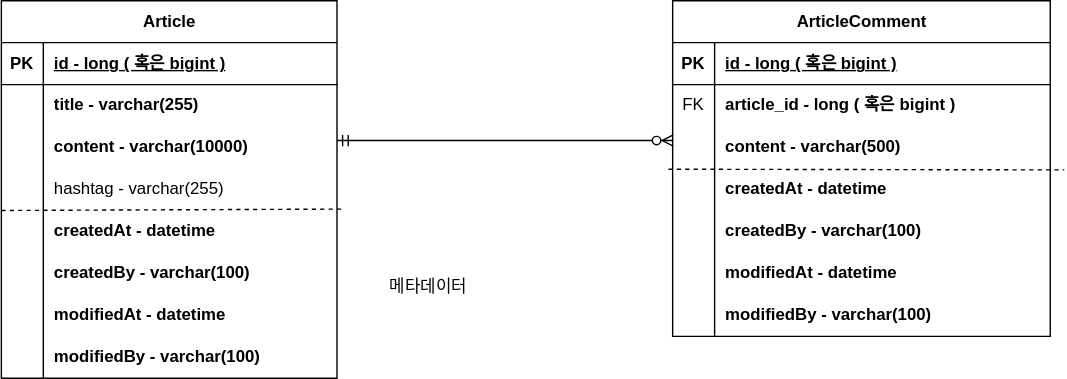
This is document/project-board-erd.svg from choboss00/project-board, a draw.io export, as it was before one commit. Source tidied: cells renumbered, new cells last; positions are measured from the earlier drawing's top-left corner, leaving out a move shared by most shapes.
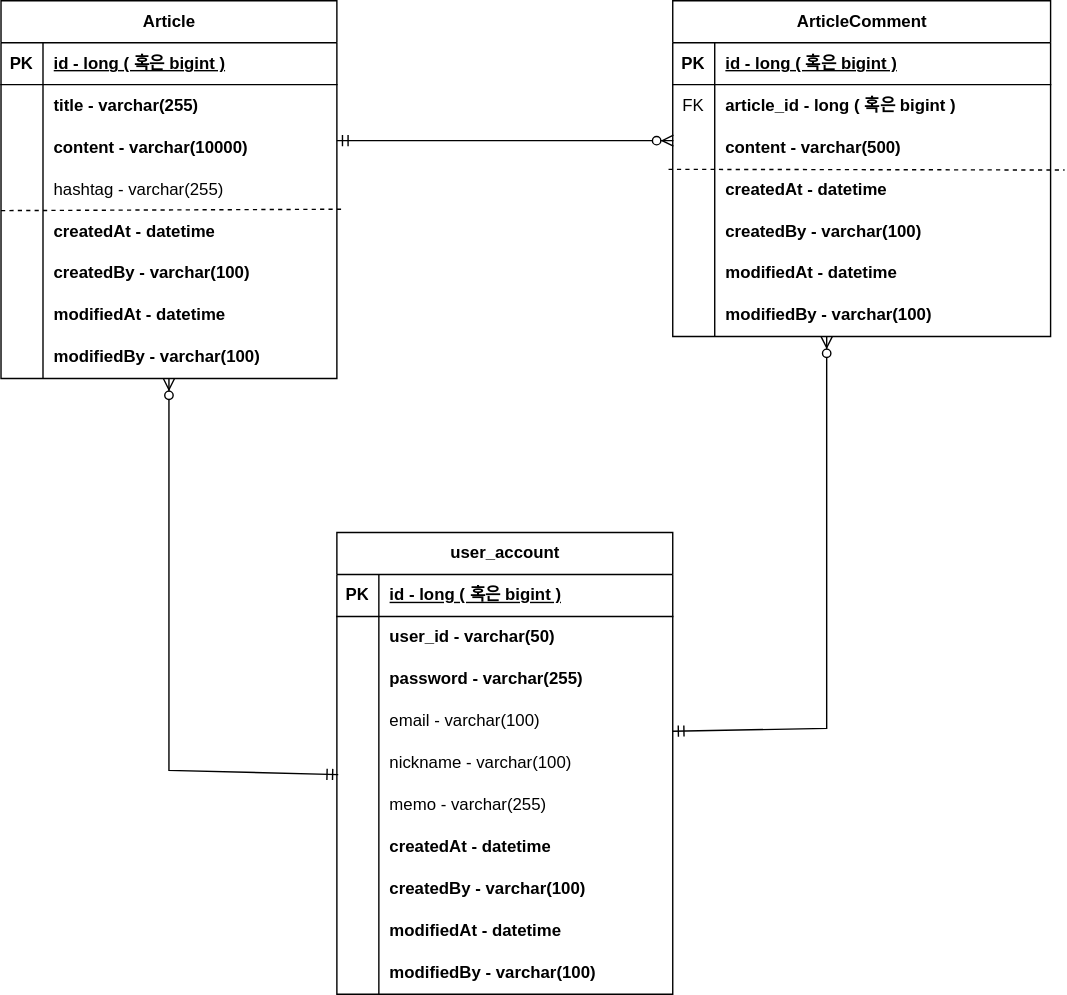
Above is the later version.

Commit message:
#19 - ERD 업데이트

The edit, as a diff of the source:
```diff
@@ -82,9 +82,6 @@
         <mxPoint y="150" as="sourcePoint" />
       </mxGeometry>
     </mxCell>
-    <mxCell id="28" value="메타데이터" style="text;html=1;align=center;verticalAlign=middle;strokeColor=none;fillColor=none;" parent="1" vertex="1">
-      <mxGeometry x="265" y="190" width="80" height="30" as="geometry" />
-    </mxCell>
     <mxCell id="29" value="ArticleComment" style="shape=table;startSize=30;rowLines=0;fontStyle=1;align=center;html=1;" parent="1" vertex="1">
       <mxGeometry x="480" width="270" height="240" as="geometry" />
     </mxCell>
@@ -163,5 +160,113 @@
         <mxPoint x="480.5" y="100" as="targetPoint" />
       </mxGeometry>
     </mxCell>
+    <mxCell id="53" value="user_account" style="shape=table;startSize=30;rowLines=0;fontStyle=1;align=center;html=1;" parent="1" vertex="1">
+      <mxGeometry x="240" y="380" width="240" height="330" as="geometry" />
+    </mxCell>
+    <mxCell id="54" style="shape=tableRow;horizontal=0;startSize=0;swimlaneHead=0;swimlaneBody=0;fillColor=none;top=0;left=0;right=0;bottom=1;" parent="53" vertex="1">
+      <mxGeometry y="30" width="240" height="30" as="geometry" />
+    </mxCell>
+    <mxCell id="55" value="PK" style="shape=partialRectangle;fillColor=none;top=0;left=0;bottom=0;right=0;fontStyle=1;overflow=hidden;whiteSpace=wrap;html=1;" parent="54" vertex="1">
+      <mxGeometry width="30" height="30" as="geometry" />
+    </mxCell>
+    <mxCell id="56" value="id - long ( 혹은 bigint )" style="shape=partialRectangle;fillColor=none;top=0;left=0;bottom=0;right=0;align=left;spacingLeft=6;fontStyle=5;overflow=hidden;whiteSpace=wrap;html=1;" parent="54" vertex="1">
+      <mxGeometry x="30" width="210" height="30" as="geometry" />
+    </mxCell>
+    <mxCell id="57" style="shape=tableRow;horizontal=0;startSize=0;swimlaneHead=0;swimlaneBody=0;fillColor=none;top=0;left=0;right=0;bottom=0;" parent="53" vertex="1">
+      <mxGeometry y="60" width="240" height="30" as="geometry" />
+    </mxCell>
+    <mxCell id="58" style="shape=partialRectangle;fillColor=none;top=0;left=0;bottom=0;right=0;overflow=hidden;whiteSpace=wrap;html=1;" parent="57" vertex="1">
+      <mxGeometry width="30" height="30" as="geometry" />
+    </mxCell>
+    <mxCell id="59" value="user_id - varchar(50)" style="shape=partialRectangle;fillColor=none;top=0;left=0;bottom=0;right=0;align=left;spacingLeft=6;overflow=hidden;whiteSpace=wrap;html=1;fontStyle=1;" parent="57" vertex="1">
+      <mxGeometry x="30" width="210" height="30" as="geometry" />
+    </mxCell>
+    <mxCell id="60" style="shape=tableRow;horizontal=0;startSize=0;swimlaneHead=0;swimlaneBody=0;fillColor=none;top=0;left=0;right=0;bottom=0;" parent="53" vertex="1">
+      <mxGeometry y="90" width="240" height="30" as="geometry" />
+    </mxCell>
+    <mxCell id="61" style="shape=partialRectangle;fillColor=none;top=0;left=0;bottom=0;right=0;overflow=hidden;whiteSpace=wrap;html=1;" parent="60" vertex="1">
+      <mxGeometry width="30" height="30" as="geometry" />
+    </mxCell>
+    <mxCell id="62" value="password - varchar(255)" style="shape=partialRectangle;fillColor=none;top=0;left=0;bottom=0;right=0;align=left;spacingLeft=6;overflow=hidden;whiteSpace=wrap;html=1;fontStyle=1;" parent="60" vertex="1">
+      <mxGeometry x="30" width="210" height="30" as="geometry" />
+    </mxCell>
+    <mxCell id="63" style="shape=tableRow;horizontal=0;startSize=0;swimlaneHead=0;swimlaneBody=0;fillColor=none;points=[[0,0.5],[1,0.5]];portConstraint=eastwest;top=0;left=0;right=0;bottom=0;" parent="53" vertex="1">
+      <mxGeometry y="120" width="240" height="30" as="geometry" />
+    </mxCell>
+    <mxCell id="64" style="shape=partialRectangle;fillColor=none;top=0;left=0;bottom=0;right=0;overflow=hidden;whiteSpace=wrap;html=1;" parent="63" vertex="1">
+      <mxGeometry width="30" height="30" as="geometry" />
+    </mxCell>
+    <mxCell id="65" value="email - varchar(100)" style="shape=partialRectangle;fillColor=none;top=0;left=0;bottom=0;right=0;align=left;spacingLeft=6;overflow=hidden;whiteSpace=wrap;html=1;fontStyle=0;" parent="63" vertex="1">
+      <mxGeometry x="30" width="210" height="30" as="geometry" />
+    </mxCell>
+    <mxCell id="66" style="shape=tableRow;horizontal=0;startSize=0;swimlaneHead=0;swimlaneBody=0;fillColor=none;points=[[0,0.5],[1,0.5]];portConstraint=eastwest;top=0;left=0;right=0;bottom=0;" parent="53" vertex="1">
+      <mxGeometry y="150" width="240" height="30" as="geometry" />
+    </mxCell>
+    <mxCell id="67" style="shape=partialRectangle;fillColor=none;top=0;left=0;bottom=0;right=0;overflow=hidden;whiteSpace=wrap;html=1;" parent="66" vertex="1">
+      <mxGeometry width="30" height="30" as="geometry" />
+    </mxCell>
+    <mxCell id="68" value="nickname - varchar(100)" style="shape=partialRectangle;fillColor=none;top=0;left=0;bottom=0;right=0;align=left;spacingLeft=6;overflow=hidden;whiteSpace=wrap;html=1;fontStyle=0;" parent="66" vertex="1">
+      <mxGeometry x="30" width="210" height="30" as="geometry" />
+    </mxCell>
+    <mxCell id="69" style="shape=tableRow;horizontal=0;startSize=0;swimlaneHead=0;swimlaneBody=0;fillColor=none;top=0;left=0;right=0;bottom=0;" parent="53" vertex="1">
+      <mxGeometry y="180" width="240" height="30" as="geometry" />
+    </mxCell>
+    <mxCell id="70" style="shape=partialRectangle;fillColor=none;top=0;left=0;bottom=0;right=0;overflow=hidden;whiteSpace=wrap;html=1;" parent="69" vertex="1">
+      <mxGeometry width="30" height="30" as="geometry" />
+    </mxCell>
+    <mxCell id="71" value="memo - varchar(255)" style="shape=partialRectangle;fillColor=none;top=0;left=0;bottom=0;right=0;align=left;spacingLeft=6;overflow=hidden;whiteSpace=wrap;html=1;" parent="69" vertex="1">
+      <mxGeometry x="30" width="210" height="30" as="geometry" />
+    </mxCell>
+    <mxCell id="72" style="shape=tableRow;horizontal=0;startSize=0;swimlaneHead=0;swimlaneBody=0;fillColor=none;top=0;left=0;right=0;bottom=0;" parent="53" vertex="1">
+      <mxGeometry y="210" width="240" height="30" as="geometry" />
+    </mxCell>
+    <mxCell id="73" style="shape=partialRectangle;fillColor=none;top=0;left=0;bottom=0;right=0;overflow=hidden;whiteSpace=wrap;html=1;" parent="72" vertex="1">
+      <mxGeometry width="30" height="30" as="geometry" />
+    </mxCell>
+    <mxCell id="74" value="createdAt - datetime" style="shape=partialRectangle;fillColor=none;top=0;left=0;bottom=0;right=0;align=left;spacingLeft=6;overflow=hidden;whiteSpace=wrap;html=1;fontStyle=1;" parent="72" vertex="1">
+      <mxGeometry x="30" width="210" height="30" as="geometry" />
+    </mxCell>
+    <mxCell id="75" style="shape=tableRow;horizontal=0;startSize=0;swimlaneHead=0;swimlaneBody=0;fillColor=none;top=0;left=0;right=0;bottom=0;" parent="53" vertex="1">
+      <mxGeometry y="240" width="240" height="30" as="geometry" />
+    </mxCell>
+    <mxCell id="76" style="shape=partialRectangle;fillColor=none;top=0;left=0;bottom=0;right=0;overflow=hidden;whiteSpace=wrap;html=1;" parent="75" vertex="1">
+      <mxGeometry width="30" height="30" as="geometry" />
+    </mxCell>
+    <mxCell id="77" value="createdBy - varchar(100)" style="shape=partialRectangle;fillColor=none;top=0;left=0;bottom=0;right=0;align=left;spacingLeft=6;overflow=hidden;whiteSpace=wrap;html=1;fontStyle=1;" parent="75" vertex="1">
+      <mxGeometry x="30" width="210" height="30" as="geometry" />
+    </mxCell>
+    <mxCell id="78" style="shape=tableRow;horizontal=0;startSize=0;swimlaneHead=0;swimlaneBody=0;fillColor=none;top=0;left=0;right=0;bottom=0;" parent="53" vertex="1">
+      <mxGeometry y="270" width="240" height="30" as="geometry" />
+    </mxCell>
+    <mxCell id="79" style="shape=partialRectangle;fillColor=none;top=0;left=0;bottom=0;right=0;overflow=hidden;whiteSpace=wrap;html=1;" parent="78" vertex="1">
+      <mxGeometry width="30" height="30" as="geometry" />
+    </mxCell>
+    <mxCell id="80" value="modifiedAt - datetime" style="shape=partialRectangle;fillColor=none;top=0;left=0;bottom=0;right=0;align=left;spacingLeft=6;overflow=hidden;whiteSpace=wrap;html=1;fontStyle=1;" parent="78" vertex="1">
+      <mxGeometry x="30" width="210" height="30" as="geometry" />
+    </mxCell>
+    <mxCell id="81" style="shape=tableRow;horizontal=0;startSize=0;swimlaneHead=0;swimlaneBody=0;fillColor=none;top=0;left=0;right=0;bottom=0;" parent="53" vertex="1">
+      <mxGeometry y="300" width="240" height="30" as="geometry" />
+    </mxCell>
+    <mxCell id="82" style="shape=partialRectangle;fillColor=none;top=0;left=0;bottom=0;right=0;overflow=hidden;whiteSpace=wrap;html=1;" parent="81" vertex="1">
+      <mxGeometry width="30" height="30" as="geometry" />
+    </mxCell>
+    <mxCell id="83" value="modifiedBy - varchar(100)" style="shape=partialRectangle;fillColor=none;top=0;left=0;bottom=0;right=0;align=left;spacingLeft=6;overflow=hidden;whiteSpace=wrap;html=1;fontStyle=1;" parent="81" vertex="1">
+      <mxGeometry x="30" width="210" height="30" as="geometry" />
+    </mxCell>
+    <mxCell id="84" style="fontSize=12;html=1;endArrow=ERzeroToMany;startArrow=ERmandOne;rounded=0;exitX=0.004;exitY=0.767;exitDx=0;exitDy=0;exitPerimeter=0;" parent="1" edge="1" source="66" target="24">
+      <mxGeometry relative="1" as="geometry">
+        <Array as="points">
+          <mxPoint x="120" y="550" />
+        </Array>
+      </mxGeometry>
+    </mxCell>
+    <mxCell id="85" style="fontSize=12;html=1;endArrow=ERzeroToMany;startArrow=ERmandOne;rounded=0;exitX=1;exitY=0.733;exitDx=0;exitDy=0;exitPerimeter=0;" parent="1" edge="1" source="63">
+      <mxGeometry relative="1" as="geometry">
+        <mxPoint x="590" y="240" as="targetPoint" />
+        <Array as="points">
+          <mxPoint x="590" y="520" />
+        </Array>
+      </mxGeometry>
+    </mxCell>
   </root>
 </mxGraphModel>
```
